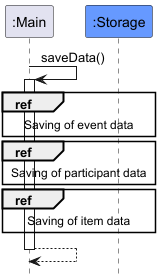
Above: docs/images/SavingSequenceDiagram.png in nus-cs2113-AY2425S1/tp (PlantUML), before the change.
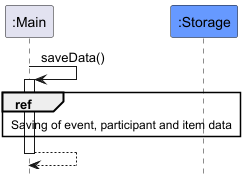
Later version of the same file.

What changed in the source:
```diff
@@ -8,9 +8,7 @@
 main -> main : saveData()
 activate main
 
-ref over main, storage : Saving of event data
-ref over main, storage : Saving of participant data
-ref over main, storage : Saving of item data
+ref over main, storage : Saving of event, participant and item data
 
 return
 
```
